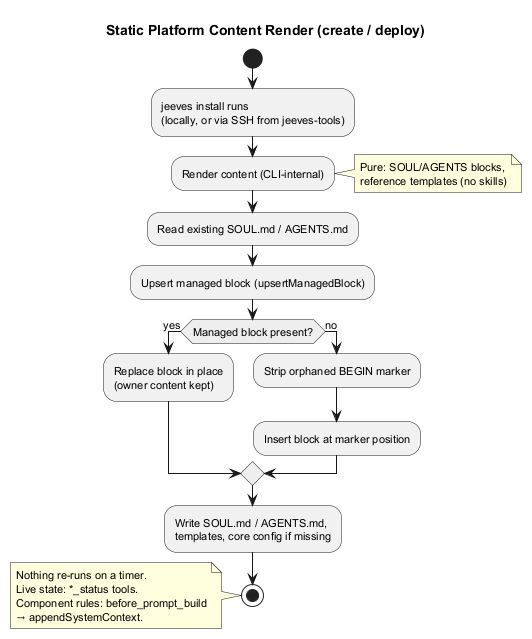
Above: diagrams/out/managed-content-lifecycle.png in karmaniverous/jeeves (PlantUML), before the change.
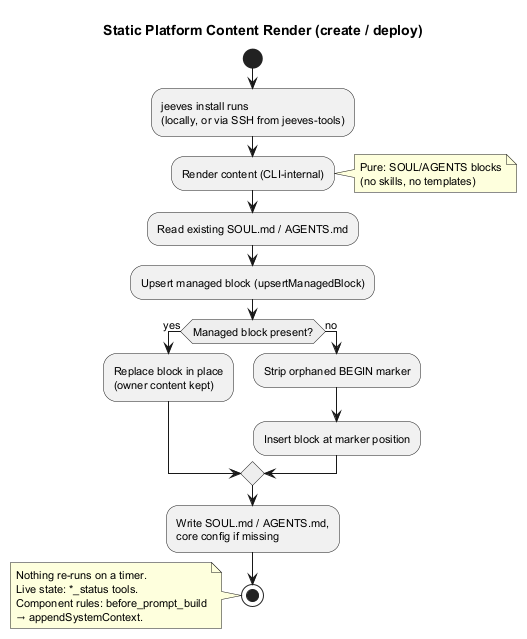
Above is the later version.

Commit message:
[108] docs: regenerate managed-content-lifecycle diagram without templates

What changed in the source:
```diff
@@ -11,7 +11,7 @@
 :jeeves install runs\n(locally, or via SSH from jeeves-tools);
 
 :Render content (CLI-internal);
-note right: Pure: SOUL/AGENTS blocks,\nreference templates (no skills)
+note right: Pure: SOUL/AGENTS blocks\n(no skills, no templates)
 
 :Read existing SOUL.md / AGENTS.md;
 
@@ -24,7 +24,7 @@
   :Insert block at marker position;
 endif
 
-:Write SOUL.md / AGENTS.md,\ntemplates, core config if missing;
+:Write SOUL.md / AGENTS.md,\ncore config if missing;
 
 stop
 
```
